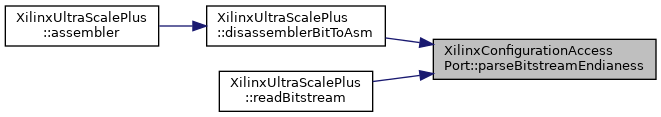
Before: classXilinxConfigurationAccessPort_aa9ff2ea1e4257936ddeda62415f863c8_icgraph.png, a diagram exported from Graphviz (FPGA-Research-Manchester/byteman). Its source is kept beside it as classXilinxConfigurationAccessPort_aa9ff2ea1e4257936ddeda62415f863c8_icgraph.dot. The source it was exported from:
```dot
digraph "XilinxConfigurationAccessPort::parseBitstreamEndianess"
{
  edge [fontname="Helvetica",fontsize="10",labelfontname="Helvetica",labelfontsize="10"];
  node [fontname="Helvetica",fontsize="10",shape=record];
  rankdir="RL";
  Node1 [label="XilinxConfigurationAccess\lPort::parseBitstreamEndianess",height=0.2,width=0.4,color="black", fillcolor="grey75", style="filled", fontcolor="black",tooltip=" "];
  Node1 -> Node2 [dir="back",color="midnightblue",fontsize="10",style="solid",fontname="Helvetica"];
  Node2 [label="XilinxUltraScalePlus\l::disassemblerBitToAsm",height=0.2,width=0.4,color="black", fillcolor="white", style="filled",URL="$classXilinxUltraScalePlus.html#a54f9af4b6723a99c0b9e8e9c9b424d00",tooltip=" "];
  Node2 -> Node3 [dir="back",color="midnightblue",fontsize="10",style="solid",fontname="Helvetica"];
  Node3 [label="XilinxUltraScalePlus\l::assembler",height=0.2,width=0.4,color="black", fillcolor="white", style="filled",URL="$classXilinxUltraScalePlus.html#a53e5f6ec962f1f2a961f90b8b9e90e10",tooltip=" "];
  Node1 -> Node4 [dir="back",color="midnightblue",fontsize="10",style="solid",fontname="Helvetica"];
  Node4 [label="XilinxUltraScalePlus\l::readBitstream",height=0.2,width=0.4,color="black", fillcolor="white", style="filled",URL="$classXilinxUltraScalePlus.html#a0e5d08a2e5c37a29a1a04d50b48739d2",tooltip=" "];
}
```
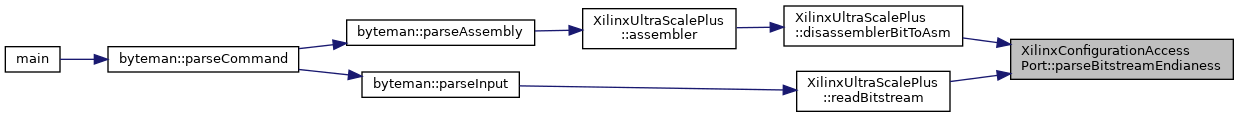
Above is the later version.

The edit, as a diff of the source:
```diff
@@ -8,6 +8,15 @@
   Node2 [label="XilinxUltraScalePlus\l::disassemblerBitToAsm",height=0.2,width=0.4,color="black", fillcolor="white", style="filled",URL="$classXilinxUltraScalePlus.html#a54f9af4b6723a99c0b9e8e9c9b424d00",tooltip=" "];
   Node2 -> Node3 [dir="back",color="midnightblue",fontsize="10",style="solid",fontname="Helvetica"];
   Node3 [label="XilinxUltraScalePlus\l::assembler",height=0.2,width=0.4,color="black", fillcolor="white", style="filled",URL="$classXilinxUltraScalePlus.html#a53e5f6ec962f1f2a961f90b8b9e90e10",tooltip=" "];
-  Node1 -> Node4 [dir="back",color="midnightblue",fontsize="10",style="solid",fontname="Helvetica"];
-  Node4 [label="XilinxUltraScalePlus\l::readBitstream",height=0.2,width=0.4,color="black", fillcolor="white", style="filled",URL="$classXilinxUltraScalePlus.html#a0e5d08a2e5c37a29a1a04d50b48739d2",tooltip=" "];
+  Node3 -> Node4 [dir="back",color="midnightblue",fontsize="10",style="solid",fontname="Helvetica"];
+  Node4 [label="byteman::parseAssembly",height=0.2,width=0.4,color="black", fillcolor="white", style="filled",URL="$classbyteman.html#a5e7f2e31d95626075a6ce22b54ecbbf8",tooltip=" "];
+  Node4 -> Node5 [dir="back",color="midnightblue",fontsize="10",style="solid",fontname="Helvetica"];
+  Node5 [label="byteman::parseCommand",height=0.2,width=0.4,color="black", fillcolor="white", style="filled",URL="$classbyteman.html#a97ad2d6b20a10ddb0dd8d373159eea4e",tooltip=" "];
+  Node5 -> Node6 [dir="back",color="midnightblue",fontsize="10",style="solid",fontname="Helvetica"];
+  Node6 [label="main",height=0.2,width=0.4,color="black", fillcolor="white", style="filled",URL="$byteman_8cpp.html#a0ddf1224851353fc92bfbff6f499fa97",tooltip=" "];
+  Node1 -> Node7 [dir="back",color="midnightblue",fontsize="10",style="solid",fontname="Helvetica"];
+  Node7 [label="XilinxUltraScalePlus\l::readBitstream",height=0.2,width=0.4,color="black", fillcolor="white", style="filled",URL="$classXilinxUltraScalePlus.html#a0e5d08a2e5c37a29a1a04d50b48739d2",tooltip=" "];
+  Node7 -> Node8 [dir="back",color="midnightblue",fontsize="10",style="solid",fontname="Helvetica"];
+  Node8 [label="byteman::parseInput",height=0.2,width=0.4,color="black", fillcolor="white", style="filled",URL="$classbyteman.html#ac217ac1dbc512bf44a70b147c0ceff04",tooltip=" "];
+  Node8 -> Node5 [dir="back",color="midnightblue",fontsize="10",style="solid",fontname="Helvetica"];
 }
```
